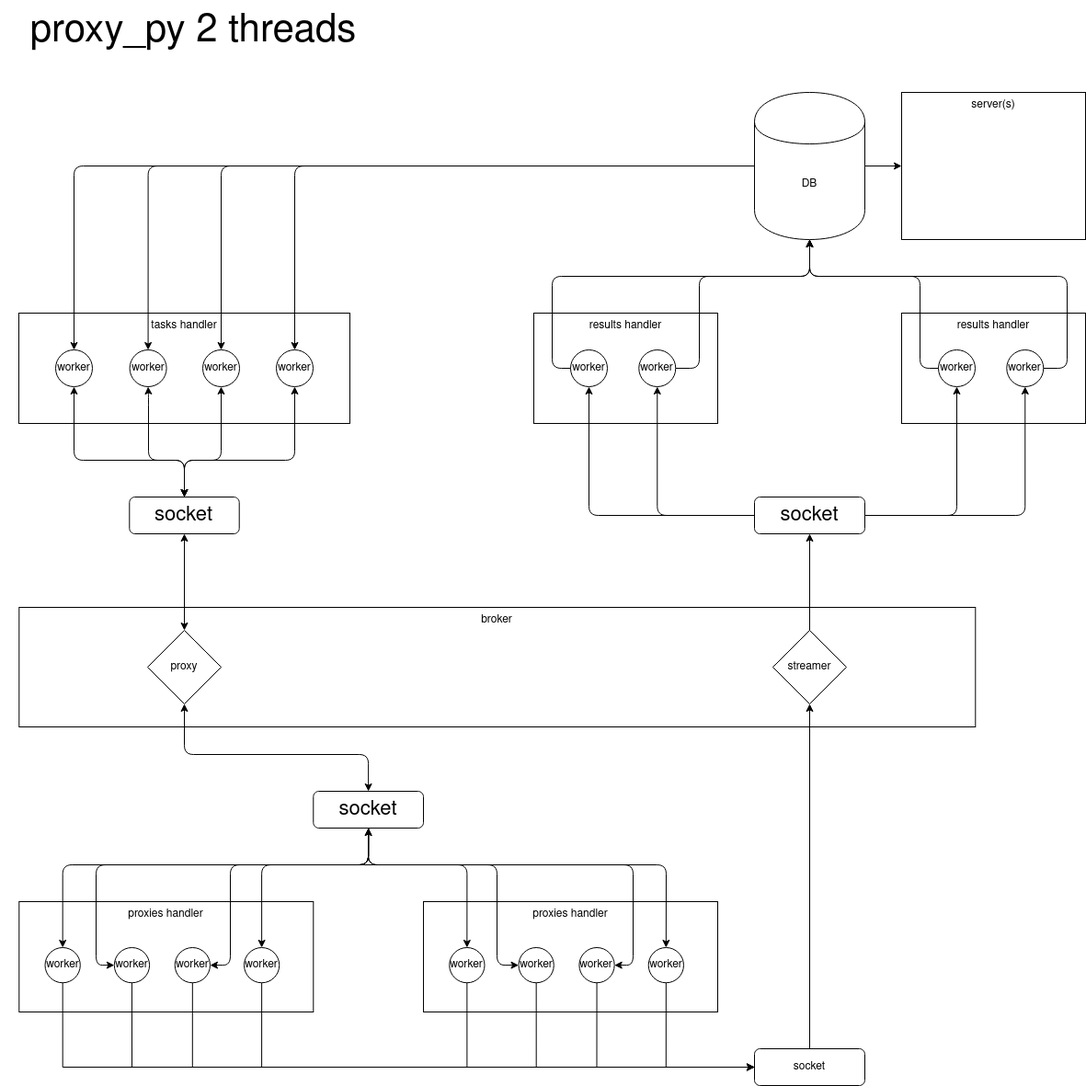
Above: architecture.png in DevAlone/proxy_py (draw.io), before the change. Source tidied: cells renumbered, new cells last; positions are measured from the earlier drawing's top-left corner, leaving out a move shared by most shapes.
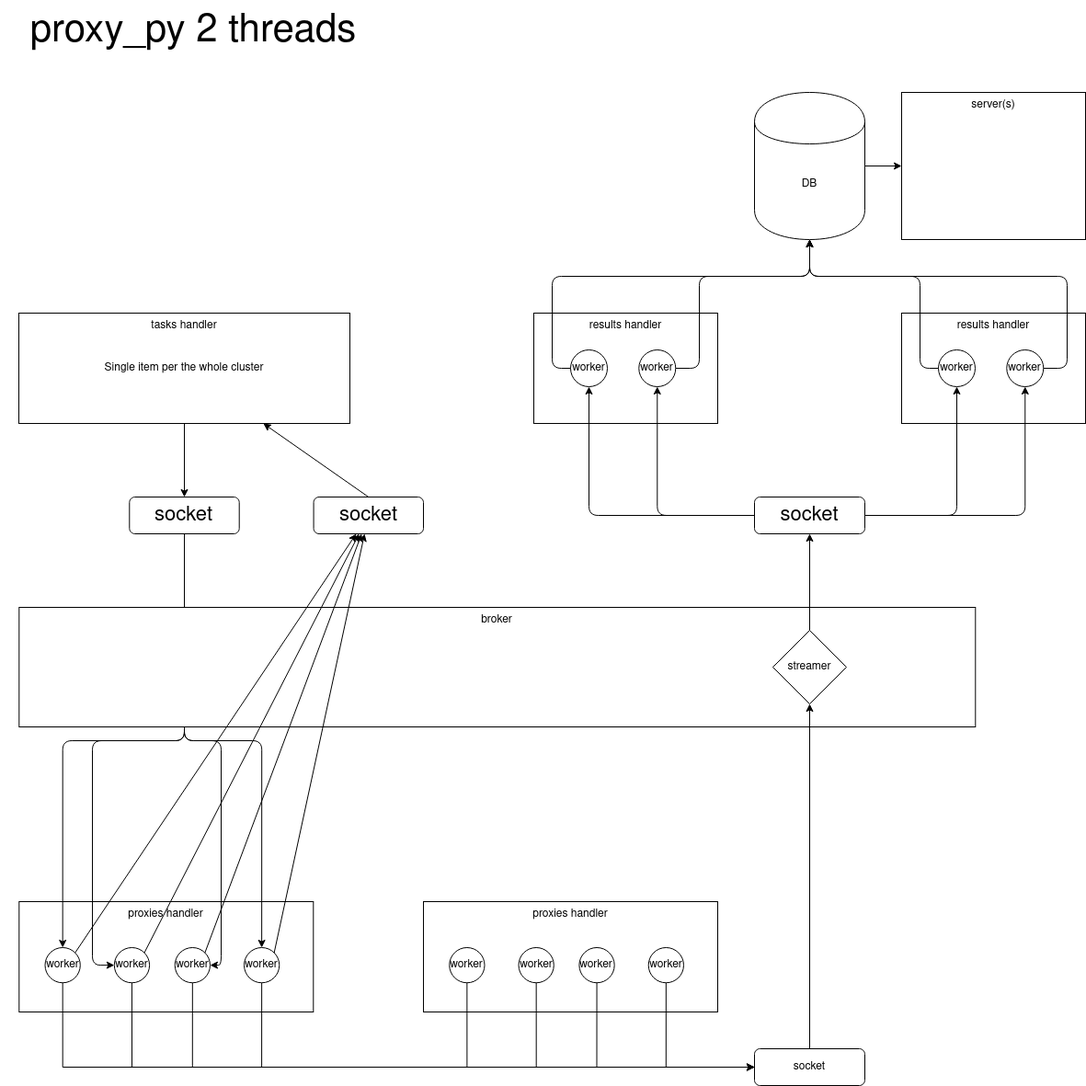
After the commit.

The edit, as a diff of the source:
```diff
@@ -41,30 +41,45 @@
     <mxCell id="14" value="worker" style="ellipse;whiteSpace=wrap;html=1;" parent="10" vertex="1">
       <mxGeometry x="244.7" y="50" width="38.3" height="38.3" as="geometry" />
     </mxCell>
+    <mxCell id="70" style="edgeStyle=orthogonalEdgeStyle;rounded=1;jettySize=auto;html=1;exitX=0.5;exitY=1;exitDx=0;exitDy=0;fontSize=12;" parent="1" edge="1" source="15" target="20">
+      <mxGeometry relative="1" as="geometry" />
+    </mxCell>
     <mxCell id="15" value="&lt;div&gt;tasks handler&lt;/div&gt;" style="rounded=0;whiteSpace=wrap;html=1;verticalAlign=top;" parent="1" vertex="1">
       <mxGeometry x="20" y="340" width="360" height="120" as="geometry" />
     </mxCell>
-    <mxCell id="16" value="worker" style="ellipse;whiteSpace=wrap;html=1;fontSize=12;" parent="15" vertex="1">
-      <mxGeometry x="40" y="40" width="40" height="40" as="geometry" />
-    </mxCell>
-    <mxCell id="17" value="worker" style="ellipse;whiteSpace=wrap;html=1;fontSize=12;" parent="15" vertex="1">
-      <mxGeometry x="120.6" y="40" width="40" height="40" as="geometry" />
-    </mxCell>
-    <mxCell id="18" value="worker" style="ellipse;whiteSpace=wrap;html=1;fontSize=12;" parent="15" vertex="1">
-      <mxGeometry x="200" y="40" width="40" height="40" as="geometry" />
-    </mxCell>
-    <mxCell id="19" value="worker" style="ellipse;whiteSpace=wrap;html=1;fontSize=12;" parent="15" vertex="1">
-      <mxGeometry x="280" y="40" width="40" height="40" as="geometry" />
-    </mxCell>
+    <mxCell id="71" value="Single item per the whole cluster" style="text;html=1;strokeColor=none;fillColor=none;align=center;verticalAlign=middle;whiteSpace=wrap;rounded=0;fontSize=12;" parent="15" vertex="1">
+      <mxGeometry x="25" y="50" width="310" height="20" as="geometry" />
+    </mxCell>
+    <mxCell id="72" style="edgeStyle=orthogonalEdgeStyle;rounded=1;jettySize=auto;html=1;exitX=0.5;exitY=1;exitDx=0;exitDy=0;fontSize=12;" parent="1" edge="1" source="20" target="11">
+      <mxGeometry relative="1" as="geometry" />
+    </mxCell>
+    <mxCell id="73" style="edgeStyle=orthogonalEdgeStyle;rounded=1;jettySize=auto;html=1;exitX=0.5;exitY=1;exitDx=0;exitDy=0;entryX=0;entryY=0.5;entryDx=0;entryDy=0;fontSize=12;" parent="1" edge="1" source="20" target="12">
+      <mxGeometry relative="1" as="geometry">
+        <Array as="points">
+          <mxPoint x="200" y="805" />
+          <mxPoint x="100" y="805" />
+          <mxPoint x="100" y="1049" />
+        </Array>
+      </mxGeometry>
+    </mxCell>
+    <mxCell id="74" style="edgeStyle=orthogonalEdgeStyle;rounded=1;jettySize=auto;html=1;exitX=0.5;exitY=1;exitDx=0;exitDy=0;fontSize=12;" parent="1" edge="1" source="20" target="14">
+      <mxGeometry relative="1" as="geometry" />
+    </mxCell>
+    <mxCell id="75" style="edgeStyle=orthogonalEdgeStyle;rounded=1;jettySize=auto;html=1;exitX=0.5;exitY=1;exitDx=0;exitDy=0;entryX=1;entryY=0.5;entryDx=0;entryDy=0;fontSize=12;" parent="1" edge="1" source="20" target="13">
+      <mxGeometry relative="1" as="geometry">
+        <Array as="points">
+          <mxPoint x="200" y="805" />
+          <mxPoint x="240" y="805" />
+          <mxPoint x="240" y="1049" />
+        </Array>
+      </mxGeometry>
+    </mxCell>
     <mxCell id="20" value="socket" style="rounded=1;whiteSpace=wrap;html=1;fontSize=22;" parent="1" vertex="1">
       <mxGeometry x="140.3" y="540" width="119.4" height="40" as="geometry" />
     </mxCell>
     <mxCell id="21" value="&lt;div&gt;broker&lt;/div&gt;" style="rounded=0;whiteSpace=wrap;html=1;verticalAlign=top;" parent="1" vertex="1">
       <mxGeometry x="20.3" y="660" width="1040" height="130" as="geometry" />
     </mxCell>
-    <mxCell id="22" value="&lt;div&gt;proxy&lt;/div&gt;" style="rhombus;whiteSpace=wrap;html=1;fontSize=12;" parent="21" vertex="1">
-      <mxGeometry x="139.7" y="25" width="80" height="80" as="geometry" />
-    </mxCell>
     <mxCell id="23" value="streamer" style="rhombus;whiteSpace=wrap;html=1;fontSize=12;" parent="21" vertex="1">
       <mxGeometry x="819.7" y="25" width="80" height="80" as="geometry" />
     </mxCell>
@@ -114,18 +129,6 @@
     <mxCell id="33" style="edgeStyle=orthogonalEdgeStyle;rounded=0;jettySize=auto;html=1;exitX=1;exitY=0.5;exitDx=0;exitDy=0;" parent="1" edge="1" source="38" target="39">
       <mxGeometry relative="1" as="geometry" />
     </mxCell>
-    <mxCell id="34" style="edgeStyle=orthogonalEdgeStyle;rounded=1;jettySize=auto;html=1;exitX=0;exitY=0.5;exitDx=0;exitDy=0;fontSize=12;" parent="1" edge="1" source="38" target="16">
-      <mxGeometry relative="1" as="geometry" />
-    </mxCell>
-    <mxCell id="35" style="edgeStyle=orthogonalEdgeStyle;rounded=1;jettySize=auto;html=1;exitX=0;exitY=0.5;exitDx=0;exitDy=0;fontSize=12;" parent="1" edge="1" source="38" target="17">
-      <mxGeometry relative="1" as="geometry" />
-    </mxCell>
-    <mxCell id="36" style="edgeStyle=orthogonalEdgeStyle;rounded=1;jettySize=auto;html=1;exitX=0;exitY=0.5;exitDx=0;exitDy=0;fontSize=12;" parent="1" edge="1" source="38" target="18">
-      <mxGeometry relative="1" as="geometry" />
-    </mxCell>
-    <mxCell id="37" style="edgeStyle=orthogonalEdgeStyle;rounded=1;jettySize=auto;html=1;exitX=0;exitY=0.5;exitDx=0;exitDy=0;fontSize=12;" parent="1" edge="1" source="38" target="19">
-      <mxGeometry relative="1" as="geometry" />
-    </mxCell>
     <mxCell id="38" value="DB" style="shape=cylinder;whiteSpace=wrap;html=1;boundedLbl=1;backgroundOutline=1;verticalAlign=middle;" parent="1" vertex="1">
       <mxGeometry x="820" y="100" width="120" height="160" as="geometry" />
     </mxCell>
@@ -178,121 +181,6 @@
         </Array>
       </mxGeometry>
     </mxCell>
-    <mxCell id="50" style="edgeStyle=orthogonalEdgeStyle;rounded=1;jettySize=auto;html=1;exitX=0.5;exitY=1;exitDx=0;exitDy=0;entryX=0;entryY=0.5;entryDx=0;entryDy=0;fontSize=22;" parent="1" edge="1" source="56" target="12">
-      <mxGeometry relative="1" as="geometry">
-        <Array as="points">
-          <mxPoint x="400" y="940" />
-          <mxPoint x="104" y="940" />
-          <mxPoint x="104" y="1049" />
-        </Array>
-      </mxGeometry>
-    </mxCell>
-    <mxCell id="51" style="edgeStyle=orthogonalEdgeStyle;rounded=1;jettySize=auto;html=1;exitX=0.5;exitY=1;exitDx=0;exitDy=0;entryX=1;entryY=0.5;entryDx=0;entryDy=0;fontSize=22;" parent="1" edge="1" source="56" target="13">
-      <mxGeometry relative="1" as="geometry">
-        <Array as="points">
-          <mxPoint x="400" y="940" />
-          <mxPoint x="250" y="940" />
-          <mxPoint x="250" y="1049" />
-        </Array>
-      </mxGeometry>
-    </mxCell>
-    <mxCell id="52" style="edgeStyle=orthogonalEdgeStyle;rounded=1;jettySize=auto;html=1;exitX=0.5;exitY=1;exitDx=0;exitDy=0;entryX=0.5;entryY=0;entryDx=0;entryDy=0;fontSize=22;" parent="1" edge="1" source="56" target="14">
-      <mxGeometry relative="1" as="geometry">
-        <Array as="points">
-          <mxPoint x="400" y="940" />
-          <mxPoint x="284" y="940" />
-        </Array>
-      </mxGeometry>
-    </mxCell>
-    <mxCell id="53" style="edgeStyle=orthogonalEdgeStyle;rounded=1;jettySize=auto;html=1;exitX=0.5;exitY=1;exitDx=0;exitDy=0;fontSize=22;" parent="1" edge="1" source="56" target="9">
-      <mxGeometry relative="1" as="geometry">
-        <Array as="points">
-          <mxPoint x="400" y="940" />
-          <mxPoint x="724" y="940" />
-        </Array>
-      </mxGeometry>
-    </mxCell>
-    <mxCell id="54" style="edgeStyle=orthogonalEdgeStyle;rounded=1;jettySize=auto;html=1;exitX=0.5;exitY=1;exitDx=0;exitDy=0;entryX=0;entryY=0.5;entryDx=0;entryDy=0;fontSize=22;" parent="1" edge="1" source="56" target="7">
-      <mxGeometry relative="1" as="geometry">
-        <Array as="points">
-          <mxPoint x="380" y="940" />
-          <mxPoint x="540" y="940" />
-          <mxPoint x="540" y="1089" />
-        </Array>
-      </mxGeometry>
-    </mxCell>
-    <mxCell id="55" style="edgeStyle=orthogonalEdgeStyle;rounded=1;jettySize=auto;html=1;exitX=0.5;exitY=1;exitDx=0;exitDy=0;entryX=1;entryY=0.5;entryDx=0;entryDy=0;fontSize=22;" parent="1" edge="1" source="56" target="8">
-      <mxGeometry relative="1" as="geometry">
-        <Array as="points">
-          <mxPoint x="380" y="940" />
-          <mxPoint x="688" y="940" />
-          <mxPoint x="688" y="1089" />
-        </Array>
-      </mxGeometry>
-    </mxCell>
-    <mxCell id="56" value="socket" style="rounded=1;whiteSpace=wrap;html=1;fontSize=22;" parent="1" vertex="1">
-      <mxGeometry x="340.3" y="860" width="119.7" height="40" as="geometry" />
-    </mxCell>
-    <mxCell id="57" style="endArrow=classic;startArrow=classic;html=1;fontSize=22;exitX=0.5;exitY=0;exitDx=0;exitDy=0;edgeStyle=orthogonalEdgeStyle;entryX=0.5;entryY=1;entryDx=0;entryDy=0;" parent="1" edge="1" source="11" target="56">
-      <mxGeometry relative="1" as="geometry">
-        <Array as="points">
-          <mxPoint x="68" y="940" />
-          <mxPoint x="400" y="940" />
-        </Array>
-      </mxGeometry>
-    </mxCell>
-    <mxCell id="58" style="endArrow=classic;startArrow=classic;html=1;fontSize=22;entryX=0.5;entryY=0;entryDx=0;entryDy=0;exitX=0.5;exitY=1;exitDx=0;exitDy=0;edgeStyle=orthogonalEdgeStyle;" parent="1" edge="1" source="56" target="6">
-      <mxGeometry relative="1" as="geometry">
-        <Array as="points">
-          <mxPoint x="400" y="940" />
-          <mxPoint x="507" y="940" />
-        </Array>
-      </mxGeometry>
-    </mxCell>
-    <mxCell id="59" style="endArrow=classic;startArrow=classic;html=1;fontSize=12;entryX=0.5;entryY=1;entryDx=0;entryDy=0;exitX=0.5;exitY=0;exitDx=0;exitDy=0;edgeStyle=orthogonalEdgeStyle;" parent="1" edge="1" source="20" target="16">
-      <mxGeometry relative="1" as="geometry">
-        <Array as="points">
-          <mxPoint x="200" y="500" />
-          <mxPoint x="80" y="500" />
-        </Array>
-      </mxGeometry>
-    </mxCell>
-    <mxCell id="60" style="endArrow=classic;startArrow=classic;html=1;fontSize=12;entryX=0.5;entryY=1;entryDx=0;entryDy=0;exitX=0.5;exitY=0;exitDx=0;exitDy=0;edgeStyle=orthogonalEdgeStyle;" parent="1" edge="1" source="20" target="17">
-      <mxGeometry relative="1" as="geometry">
-        <Array as="points">
-          <mxPoint x="200" y="500" />
-          <mxPoint x="161" y="500" />
-          <mxPoint x="161" y="430" />
-        </Array>
-      </mxGeometry>
-    </mxCell>
-    <mxCell id="61" style="endArrow=classic;startArrow=classic;html=1;fontSize=12;entryX=0.5;entryY=1;entryDx=0;entryDy=0;exitX=0.5;exitY=0;exitDx=0;exitDy=0;edgeStyle=orthogonalEdgeStyle;" parent="1" edge="1" source="20" target="18">
-      <mxGeometry relative="1" as="geometry">
-        <Array as="points">
-          <mxPoint x="200" y="500" />
-          <mxPoint x="240" y="500" />
-        </Array>
-      </mxGeometry>
-    </mxCell>
-    <mxCell id="62" style="endArrow=classic;startArrow=classic;html=1;fontSize=12;entryX=0.5;entryY=1;entryDx=0;entryDy=0;exitX=0.5;exitY=0;exitDx=0;exitDy=0;edgeStyle=orthogonalEdgeStyle;" parent="1" edge="1" source="20" target="19">
-      <mxGeometry relative="1" as="geometry">
-        <Array as="points">
-          <mxPoint x="200" y="500" />
-          <mxPoint x="320" y="500" />
-        </Array>
-      </mxGeometry>
-    </mxCell>
-    <mxCell id="63" style="endArrow=classic;startArrow=classic;html=1;fontSize=12;exitX=0.5;exitY=1;exitDx=0;exitDy=0;entryX=0.5;entryY=0;entryDx=0;entryDy=0;" parent="1" edge="1" source="20" target="22">
-      <mxGeometry relative="1" as="geometry" />
-    </mxCell>
-    <mxCell id="64" style="endArrow=classic;startArrow=classic;html=1;fontSize=12;entryX=0.5;entryY=1;entryDx=0;entryDy=0;exitX=0.5;exitY=0;exitDx=0;exitDy=0;edgeStyle=orthogonalEdgeStyle;" parent="1" edge="1" source="56" target="22">
-      <mxGeometry relative="1" as="geometry">
-        <Array as="points">
-          <mxPoint x="400" y="820" />
-          <mxPoint x="200" y="820" />
-        </Array>
-      </mxGeometry>
-    </mxCell>
     <mxCell id="65" style="edgeStyle=orthogonalEdgeStyle;rounded=1;jettySize=auto;html=1;exitX=0.5;exitY=0;exitDx=0;exitDy=0;fontSize=12;" parent="1" edge="1" source="23" target="44">
       <mxGeometry relative="1" as="geometry" />
     </mxCell>
@@ -332,5 +220,23 @@
         </Array>
       </mxGeometry>
     </mxCell>
+    <mxCell id="76" style="edgeStyle=none;rounded=1;jettySize=auto;html=1;exitX=0.5;exitY=0;exitDx=0;exitDy=0;fontSize=12;" parent="1" edge="1" source="56" target="15">
+      <mxGeometry relative="1" as="geometry" />
+    </mxCell>
+    <mxCell id="56" value="socket" style="rounded=1;whiteSpace=wrap;html=1;fontSize=22;" parent="1" vertex="1">
+      <mxGeometry x="340.6" y="540" width="119.4" height="40" as="geometry" />
+    </mxCell>
+    <mxCell id="57" style="rounded=1;jettySize=auto;html=1;exitX=1;exitY=0;exitDx=0;exitDy=0;fontSize=12;" parent="1" edge="1" source="11" target="56">
+      <mxGeometry relative="1" as="geometry" />
+    </mxCell>
+    <mxCell id="77" style="edgeStyle=none;rounded=1;jettySize=auto;html=1;exitX=1;exitY=0;exitDx=0;exitDy=0;fontSize=12;" parent="1" edge="1" source="12" target="56">
+      <mxGeometry relative="1" as="geometry" />
+    </mxCell>
+    <mxCell id="78" style="edgeStyle=none;rounded=1;jettySize=auto;html=1;exitX=1;exitY=0;exitDx=0;exitDy=0;fontSize=12;" parent="1" edge="1" source="13" target="56">
+      <mxGeometry relative="1" as="geometry" />
+    </mxCell>
+    <mxCell id="79" style="edgeStyle=none;rounded=1;jettySize=auto;html=1;exitX=1;exitY=0;exitDx=0;exitDy=0;fontSize=12;" parent="1" edge="1" source="14" target="56">
+      <mxGeometry relative="1" as="geometry" />
+    </mxCell>
   </root>
 </mxGraphModel>
```
